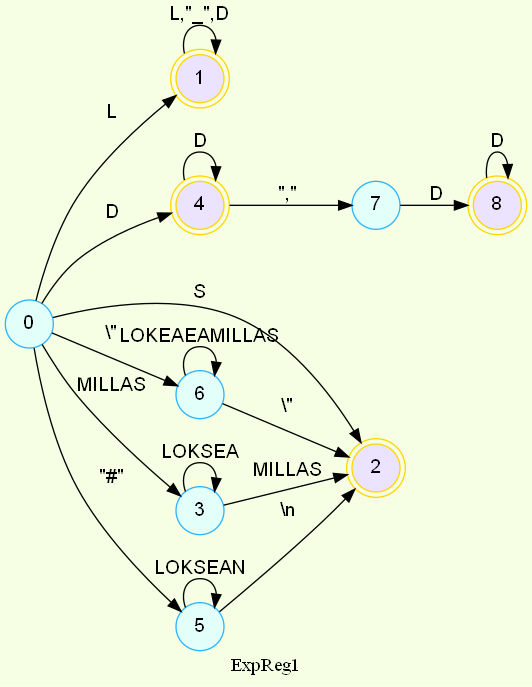
The Graphviz diagram AFD_202000119/ExpReg1.png in SergieArizandieta/OLC1-P1-202000119, before a commit. Its source is kept beside it as AFD_202000119/ExpReg1.dot.
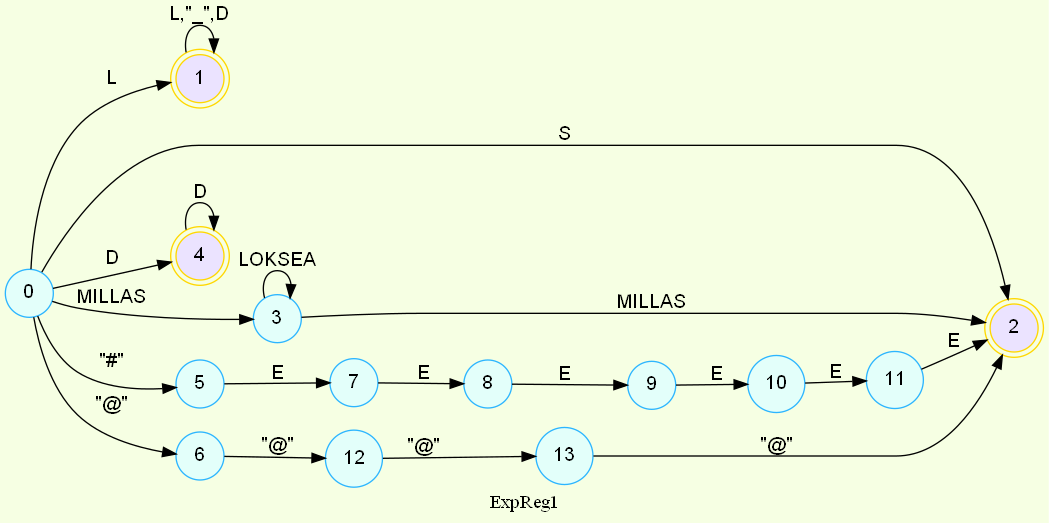
Above is the later version.

Change to the diagram source:
```diff
@@ -3,7 +3,7 @@
 	node [fontname="Helvetica,Arial,sans-serif" ]
 	edge [fontname="Helvetica,Arial,sans-serif"]
 	rankdir=LR;
-	node [shape = doublecircle, color = gold fillcolor="#EBE3FF" style =filled];1,2,4,8;
+	node [shape = doublecircle, color = gold fillcolor="#EBE3FF" style =filled];1,2,4;
 	node [shape = circle, color = "#2CB5FF" fillcolor="#E3FFFA" style =filled];
 
 0->1[label = "L"];
@@ -11,16 +11,18 @@
 0->3[label = "MILLAS"];
 0->4[label = "D"];
 0->5[label = "\"#\""];
-0->6[label = "\\\""];
+0->6[label = "\"@\""];
 1->1[label = "L,\"_\",D"];
 3->3[label = "LOKSEA"];
 3->2[label = "MILLAS"];
 4->4[label = "D"];
-4->7[label = "\",\""];
-7->8[label = "D"];
-8->8[label = "D"];
-5->5[label = "LOKSEAN"];
-5->2[label = "\\n"];
-6->6[label = "LOKEAEAMILLAS"];
-6->2[label = "\\\""];
+5->7[label = "E"];
+7->8[label = "E"];
+8->9[label = "E"];
+9->10[label = "E"];
+10->11[label = "E"];
+11->2[label = "E"];
+6->12[label = "\"@\""];
+12->13[label = "\"@\""];
+13->2[label = "\"@\""];
 label= ExpReg1}
```
